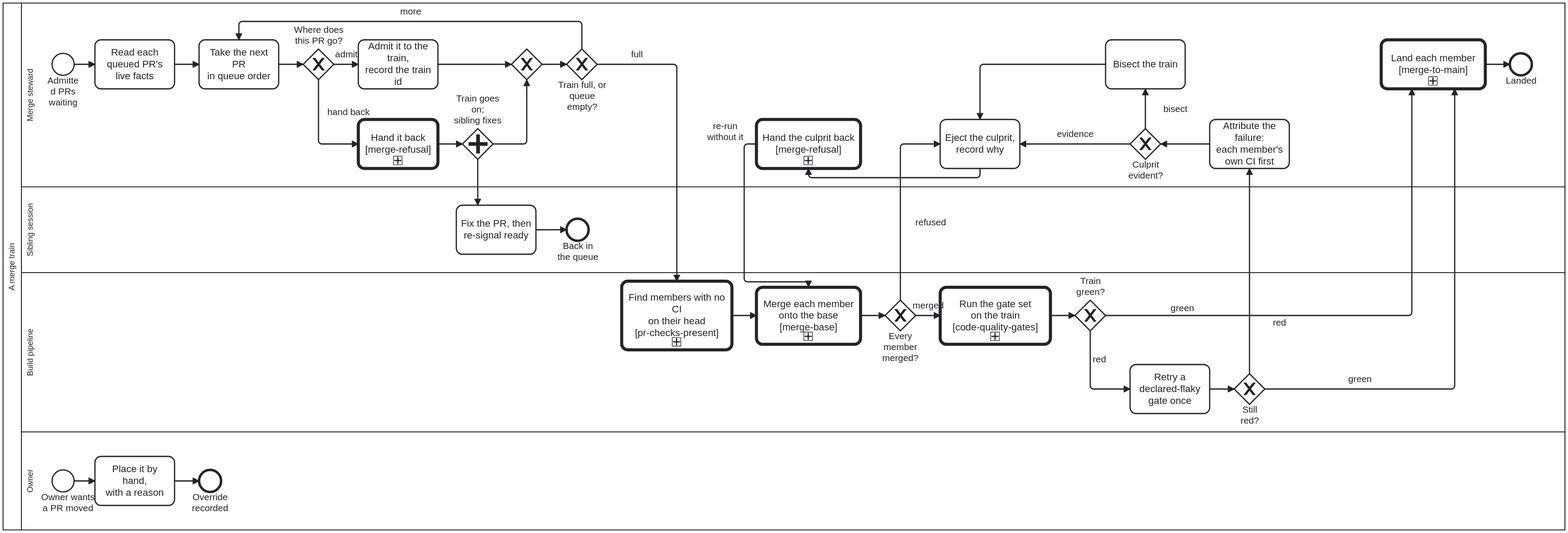
Before: docs/assets/img/workflows/merge-train.svg, a diagram exported from BPMN (litlfred/cat-harness). Its source is kept beside it as processes/sdlc/merge-train.bpmn. Ids are renumbered.
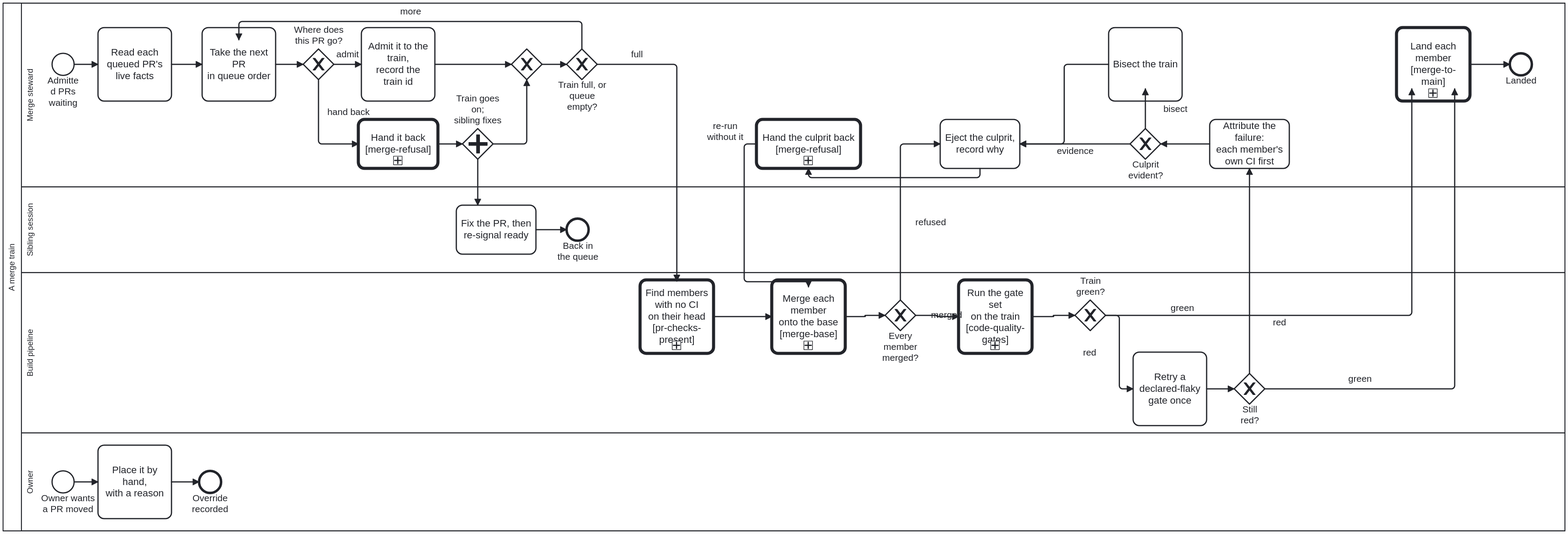
After the commit.

Diff of the diagram source:
```diff
@@ -317,7 +317,7 @@
   <bpmndi:BPMNDiagram id="Diagram_Process_MergeTrain">
     <bpmndi:BPMNPlane id="Plane_Process_MergeTrain" bpmnElement="Collaboration_Process_MergeTrain">
       <bpmndi:BPMNShape id="Shape_Participant" bpmnElement="Participant_Process_MergeTrain" isHorizontal="true">
-        <dc:Bounds x="0" y="0" width="2550" height="860" />
+        <dc:Bounds x="0" y="0" width="2550" height="862" />
       </bpmndi:BPMNShape>
       <bpmndi:BPMNShape id="Shape_Lane_Steward" bpmnElement="Lane_Steward" isHorizontal="true">
         <dc:Bounds x="30" y="0" width="2520" height="300" />
@@ -326,63 +326,83 @@
         <dc:Bounds x="30" y="300" width="2520" height="140" />
       </bpmndi:BPMNShape>
       <bpmndi:BPMNShape id="Shape_Lane_Pipeline" bpmnElement="Lane_Pipeline" isHorizontal="true">
-        <dc:Bounds x="30" y="440" width="2520" height="260" />
+        <dc:Bounds x="30" y="440" width="2520" height="262" />
       </bpmndi:BPMNShape>
       <bpmndi:BPMNShape id="Shape_Lane_Owner" bpmnElement="Lane_Owner" isHorizontal="true">
-        <dc:Bounds x="30" y="700" width="2520" height="160" />
+        <dc:Bounds x="30" y="702" width="2520" height="160" />
       </bpmndi:BPMNShape>
 
       <bpmndi:BPMNShape id="Shape_Start_Train" bpmnElement="Start_Train"><dc:Bounds x="80" y="82" width="36" height="36" /></bpmndi:BPMNShape>
-      <bpmndi:BPMNShape id="Shape_Task_ReadLive" bpmnElement="Task_ReadLive"><dc:Bounds x="150" y="60" width="130" height="80" /></bpmndi:BPMNShape>
-      <bpmndi:BPMNShape id="Shape_Task_TakeNext" bpmnElement="Task_TakeNext"><dc:Bounds x="320" y="60" width="130" height="80" /></bpmndi:BPMNShape>
+      <bpmndi:BPMNShape id="Shape_Task_ReadLive" bpmnElement="Task_ReadLive"><dc:Bounds x="155" y="40" width="120" height="120" /></bpmndi:BPMNShape>
+      <bpmndi:BPMNShape id="Shape_Task_TakeNext" bpmnElement="Task_TakeNext"><dc:Bounds x="325" y="40" width="120" height="120" /></bpmndi:BPMNShape>
       <bpmndi:BPMNShape id="Shape_GW_Placement" bpmnElement="GW_Placement" isMarkerVisible="true"><dc:Bounds x="490" y="75" width="50" height="50" />
 
       <bpmndi:BPMNLabel><dc:Bounds x="470" y="35" width="90" height="36" /></bpmndi:BPMNLabel></bpmndi:BPMNShape>
-      <bpmndi:BPMNShape id="Shape_Task_Admit" bpmnElement="Task_Admit"><dc:Bounds x="580" y="60" width="130" height="80" /></bpmndi:BPMNShape>
+      <bpmndi:BPMNShape id="Shape_Task_Admit" bpmnElement="Task_Admit"><dc:Bounds x="585" y="40" width="120" height="120" /></bpmndi:BPMNShape>
       <bpmndi:BPMNShape id="Shape_Call_HandBack" bpmnElement="Call_HandBack"><dc:Bounds x="580" y="190" width="130" height="80" /></bpmndi:BPMNShape>
       <bpmndi:BPMNShape id="Shape_PG_HandBack" bpmnElement="PG_HandBack"><dc:Bounds x="750" y="205" width="50" height="50" />
 
       <bpmndi:BPMNLabel><dc:Bounds x="730" y="147" width="90" height="54" /></bpmndi:BPMNLabel></bpmndi:BPMNShape>
       <bpmndi:BPMNShape id="Shape_GW_Next" bpmnElement="GW_Next" isMarkerVisible="true"><dc:Bounds x="830" y="75" width="50" height="50" /></bpmndi:BPMNShape>
       <bpmndi:BPMNShape id="Shape_GW_More" bpmnElement="GW_More" isMarkerVisible="true"><dc:Bounds x="920" y="75" width="50" height="50" /></bpmndi:BPMNShape>
-      <bpmndi:BPMNShape id="Shape_Task_Bisect" bpmnElement="Task_Bisect"><dc:Bounds x="1800" y="60" width="130" height="80" /></bpmndi:BPMNShape>
+      <bpmndi:BPMNShape id="Shape_Task_Bisect" bpmnElement="Task_Bisect"><dc:Bounds x="1805" y="40" width="120" height="120" /></bpmndi:BPMNShape>
       <bpmndi:BPMNShape id="Shape_Call_EjectHandBack" bpmnElement="Call_EjectHandBack"><dc:Bounds x="1230" y="190" width="170" height="80" /></bpmndi:BPMNShape>
       <bpmndi:BPMNShape id="Shape_Task_Eject" bpmnElement="Task_Eject"><dc:Bounds x="1530" y="190" width="130" height="80" /></bpmndi:BPMNShape>
       <bpmndi:BPMNShape id="Shape_GW_Culprit" bpmnElement="GW_Culprit" isMarkerVisible="true"><dc:Bounds x="1840" y="205" width="50" height="50" /></bpmndi:BPMNShape>
       <bpmndi:BPMNShape id="Shape_Task_Attribute" bpmnElement="Task_Attribute"><dc:Bounds x="1970" y="190" width="130" height="80" /></bpmndi:BPMNShape>
-      <bpmndi:BPMNShape id="Shape_Call_MergeToMain" bpmnElement="Call_MergeToMain"><dc:Bounds x="2250" y="60" width="170" height="80" /></bpmndi:BPMNShape>
+      <bpmndi:BPMNShape id="Shape_Call_MergeToMain" bpmnElement="Call_MergeToMain"><dc:Bounds x="2275" y="40" width="120" height="120" /></bpmndi:BPMNShape>
       <bpmndi:BPMNShape id="Shape_End_Landed" bpmnElement="End_Landed"><dc:Bounds x="2460" y="82" width="36" height="36" /></bpmndi:BPMNShape>
 
       <bpmndi:BPMNShape id="Shape_Task_SiblingFix" bpmnElement="Task_SiblingFix"><dc:Bounds x="740" y="330" width="130" height="80" /></bpmndi:BPMNShape>
       <bpmndi:BPMNShape id="Shape_End_Requeued" bpmnElement="End_Requeued"><dc:Bounds x="920" y="352" width="36" height="36" /></bpmndi:BPMNShape>
 
-      <bpmndi:BPMNShape id="Shape_Call_ChecksPresent" bpmnElement="Call_ChecksPresent"><dc:Bounds x="1010" y="454" width="180" height="112" /></bpmndi:BPMNShape>
-      <bpmndi:BPMNShape id="Shape_Call_MergeMembers" bpmnElement="Call_MergeMembers"><dc:Bounds x="1230" y="463.5" width="170" height="93" /></bpmndi:BPMNShape>
+      <bpmndi:BPMNShape id="Shape_Call_ChecksPresent" bpmnElement="Call_ChecksPresent"><dc:Bounds x="1040" y="452" width="120" height="120" /></bpmndi:BPMNShape>
+      <bpmndi:BPMNShape id="Shape_Call_MergeMembers" bpmnElement="Call_MergeMembers"><dc:Bounds x="1255" y="452" width="120" height="120" /></bpmndi:BPMNShape>
       <bpmndi:BPMNShape id="Shape_GW_AllMerged" bpmnElement="GW_AllMerged" isMarkerVisible="true"><dc:Bounds x="1440" y="485" width="50" height="50" /></bpmndi:BPMNShape>
-      <bpmndi:BPMNShape id="Shape_Call_Gates" bpmnElement="Call_Gates"><dc:Bounds x="1530" y="463.5" width="180" height="93" /></bpmndi:BPMNShape>
+      <bpmndi:BPMNShape id="Shape_Call_Gates" bpmnElement="Call_Gates"><dc:Bounds x="1560" y="452" width="120" height="120" /></bpmndi:BPMNShape>
       <bpmndi:BPMNShape id="Shape_GW_Green" bpmnElement="GW_Green" isMarkerVisible="true"><dc:Bounds x="1750" y="485" width="50" height="50" />
 
       <bpmndi:BPMNLabel><dc:Bounds x="1730" y="445" width="90" height="36" /></bpmndi:BPMNLabel></bpmndi:BPMNShape>
-      <bpmndi:BPMNShape id="Shape_Task_RetryFlaky" bpmnElement="Task_RetryFlaky"><dc:Bounds x="1840" y="590" width="130" height="80" /></bpmndi:BPMNShape>
+      <bpmndi:BPMNShape id="Shape_Task_RetryFlaky" bpmnElement="Task_RetryFlaky"><dc:Bounds x="1845" y="570" width="120" height="120" /></bpmndi:BPMNShape>
       <bpmndi:BPMNShape id="Shape_GW_StillRed" bpmnElement="GW_StillRed" isMarkerVisible="true"><dc:Bounds x="2010" y="605" width="50" height="50" /></bpmndi:BPMNShape>
 
-      <bpmndi:BPMNShape id="Shape_Start_Override" bpmnElement="Start_Override"><dc:Bounds x="80" y="762" width="36" height="36" />
-        <bpmndi:BPMNLabel><dc:Bounds x="61.01" y="797.5" width="90" height="35" /></bpmndi:BPMNLabel>
-      </bpmndi:BPMNShape>
-      <bpmndi:BPMNShape id="Shape_Task_Override" bpmnElement="Task_Override"><dc:Bounds x="150" y="740" width="130" height="80" /></bpmndi:BPMNShape>
-      <bpmndi:BPMNShape id="Shape_End_OverrideRecorded" bpmnElement="End_OverrideRecorded"><dc:Bounds x="320" y="762" width="36" height="36" /></bpmndi:BPMNShape>
+      <bpmndi:BPMNShape id="Shape_Start_Override" bpmnElement="Start_Override"><dc:Bounds x="80" y="764" width="36" height="36" />
 
-      <bpmndi:BPMNEdge id="Edge_t1" bpmnElement="t1"><di:waypoint x="116" y="100"/><di:waypoint x="150" y="100"/></bpmndi:BPMNEdge>
-      <bpmndi:BPMNEdge id="Edge_t2" bpmnElement="t2"><di:waypoint x="280" y="100"/><di:waypoint x="320" y="100"/></bpmndi:BPMNEdge>
-      <bpmndi:BPMNEdge id="Edge_t3" bpmnElement="t3"><di:waypoint x="450" y="100"/><di:waypoint x="490" y="100"/></bpmndi:BPMNEdge>
-      <bpmndi:BPMNEdge id="Edge_t4" bpmnElement="t4"><di:waypoint x="540" y="100"/><di:waypoint x="580" y="100"/></bpmndi:BPMNEdge>
+      <bpmndi:BPMNLabel><dc:Bounds x="61.01" y="799.5" width="90" height="35" /></bpmndi:BPMNLabel></bpmndi:BPMNShape>
+      <bpmndi:BPMNShape id="Shape_Task_Override" bpmnElement="Task_Override"><dc:Bounds x="155" y="722" width="120" height="120" /></bpmndi:BPMNShape>
+      <bpmndi:BPMNShape id="Shape_End_OverrideRecorded" bpmnElement="End_OverrideRecorded"><dc:Bounds x="320" y="764" width="36" height="36" /></bpmndi:BPMNShape>
+
+      <bpmndi:BPMNEdge id="Edge_t1" bpmnElement="t1">
+        <di:waypoint x="116" y="100" />
+        <di:waypoint x="155" y="100" />
+      </bpmndi:BPMNEdge>
+      <bpmndi:BPMNEdge id="Edge_t2" bpmnElement="t2">
+        <di:waypoint x="275" y="100" />
+        <di:waypoint x="325" y="100" />
+      </bpmndi:BPMNEdge>
+      <bpmndi:BPMNEdge id="Edge_t3" bpmnElement="t3">
+        <di:waypoint x="445" y="100" />
+        <di:waypoint x="490" y="100" />
+      </bpmndi:BPMNEdge>
+      <bpmndi:BPMNEdge id="Edge_t4" bpmnElement="t4">
+        <di:waypoint x="540" y="100" />
+        <di:waypoint x="585" y="100" />
+      </bpmndi:BPMNEdge>
       <bpmndi:BPMNEdge id="Edge_t5" bpmnElement="t5"><di:waypoint x="515" y="125"/><di:waypoint x="515" y="230"/><di:waypoint x="580" y="230"/>
         <bpmndi:BPMNLabel><dc:Bounds x="519" y="169" width="90" height="17" /></bpmndi:BPMNLabel>
       </bpmndi:BPMNEdge>
-      <bpmndi:BPMNEdge id="Edge_t6" bpmnElement="t6"><di:waypoint x="710" y="100"/><di:waypoint x="830" y="100"/></bpmndi:BPMNEdge>
+      <bpmndi:BPMNEdge id="Edge_t6" bpmnElement="t6">
+        <di:waypoint x="705" y="100" />
+        <di:waypoint x="830" y="100" />
+      </bpmndi:BPMNEdge>
       <bpmndi:BPMNEdge id="Edge_t7" bpmnElement="t7"><di:waypoint x="710" y="230"/><di:waypoint x="750" y="230"/></bpmndi:BPMNEdge>
       <bpmndi:BPMNEdge id="Edge_t8" bpmnElement="t8"><di:waypoint x="800" y="230"/><di:waypoint x="855" y="230"/><di:waypoint x="855" y="125"/></bpmndi:BPMNEdge>
-      <bpmndi:BPMNEdge id="Edge_t9" bpmnElement="t9"><di:waypoint x="945" y="75"/><di:waypoint x="945" y="30"/><di:waypoint x="385" y="30"/><di:waypoint x="385" y="60"/></bpmndi:BPMNEdge>
+      <bpmndi:BPMNEdge id="Edge_t9" bpmnElement="t9">
+        <di:waypoint x="945" y="75" />
+        <di:waypoint x="945" y="30" />
+        <di:waypoint x="385" y="30" />
+        <di:waypoint x="385" y="60" />
+      </bpmndi:BPMNEdge>
       <bpmndi:BPMNEdge id="Edge_t10" bpmnElement="t10"><di:waypoint x="880" y="100"/><di:waypoint x="920" y="100"/></bpmndi:BPMNEdge>
       <bpmndi:BPMNEdge id="Edge_t11" bpmnElement="t11">
         <di:waypoint x="970" y="100" />
@@ -390,16 +410,20 @@
         <di:waypoint x="1100" y="454" />
       </bpmndi:BPMNEdge>
       <bpmndi:BPMNEdge id="Edge_t12" bpmnElement="t12">
-        <di:waypoint x="1190" y="510" />
-        <di:waypoint x="1230" y="510" />
+        <di:waypoint x="1160" y="512" />
+        <di:waypoint x="1255" y="512" />
       </bpmndi:BPMNEdge>
       <bpmndi:BPMNEdge id="Edge_t13" bpmnElement="t13">
-        <di:waypoint x="1400" y="510" />
+        <di:waypoint x="1375" y="512" />
+        <di:waypoint x="1407.5" y="512" />
+        <di:waypoint x="1407.5" y="510" />
         <di:waypoint x="1440" y="510" />
       </bpmndi:BPMNEdge>
       <bpmndi:BPMNEdge id="Edge_t14" bpmnElement="t14">
         <di:waypoint x="1490" y="510" />
-        <di:waypoint x="1530" y="510" />
+        <di:waypoint x="1525" y="510" />
+        <di:waypoint x="1525" y="512" />
+        <di:waypoint x="1560" y="512" />
       </bpmndi:BPMNEdge>
       <bpmndi:BPMNEdge id="Edge_t15" bpmnElement="t15">
         <di:waypoint x="1465" y="485" />
@@ -408,7 +432,9 @@
         <bpmndi:BPMNLabel><dc:Bounds x="1469" y="349" width="90" height="17" /></bpmndi:BPMNLabel>
       </bpmndi:BPMNEdge>
       <bpmndi:BPMNEdge id="Edge_t16" bpmnElement="t16">
-        <di:waypoint x="1710" y="510" />
+        <di:waypoint x="1680" y="512" />
+        <di:waypoint x="1715" y="512" />
+        <di:waypoint x="1715" y="510" />
         <di:waypoint x="1750" y="510" />
       </bpmndi:BPMNEdge>
       <bpmndi:BPMNEdge id="Edge_t17" bpmnElement="t17">
@@ -418,12 +444,14 @@
         <bpmndi:BPMNLabel><dc:Bounds x="1880" y="489" width="90" height="18" /></bpmndi:BPMNLabel>
       </bpmndi:BPMNEdge>
       <bpmndi:BPMNEdge id="Edge_t18" bpmnElement="t18">
-        <di:waypoint x="1775" y="535" />
-        <di:waypoint x="1775" y="630" />
-        <di:waypoint x="1840" y="630" />
+        <di:waypoint x="1800" y="510" />
+        <di:waypoint x="1822.5" y="510" />
+        <di:waypoint x="1822.5" y="630" />
+        <di:waypoint x="1845" y="630" />
+        <bpmndi:BPMNLabel><dc:Bounds x="1728.5" y="561.5" width="90" height="17" /></bpmndi:BPMNLabel>
       </bpmndi:BPMNEdge>
       <bpmndi:BPMNEdge id="Edge_t19" bpmnElement="t19">
-        <di:waypoint x="1970" y="630" />
+        <di:waypoint x="1965" y="630" />
         <di:waypoint x="2010" y="630" />
       </bpmndi:BPMNEdge>
       <bpmndi:BPMNEdge id="Edge_t20" bpmnElement="t20"><di:waypoint x="775" y="255"/><di:waypoint x="775" y="330"/></bpmndi:BPMNEdge>
@@ -445,6 +473,7 @@
       <bpmndi:BPMNEdge id="Edge_t25" bpmnElement="t25">
         <di:waypoint x="1840" y="230" />
         <di:waypoint x="1660" y="230" />
+        <bpmndi:BPMNLabel><dc:Bounds x="1705" y="233" width="90" height="17" /></bpmndi:BPMNLabel>
       </bpmndi:BPMNEdge>
       <bpmndi:BPMNEdge id="Edge_t26" bpmnElement="t26">
         <di:waypoint x="1865" y="205" />
@@ -452,12 +481,13 @@
         <bpmndi:BPMNLabel><dc:Bounds x="1869" y="164" width="90" height="17" /></bpmndi:BPMNLabel>
       </bpmndi:BPMNEdge>
       <bpmndi:BPMNEdge id="Edge_t27" bpmnElement="t27">
-        <di:waypoint x="1800" y="100" />
-        <di:waypoint x="1595" y="100" />
-        <di:waypoint x="1595" y="190" />
+        <di:waypoint x="1805" y="100" />
+        <di:waypoint x="1732.5" y="100" />
+        <di:waypoint x="1732.5" y="230" />
+        <di:waypoint x="1660" y="230" />
       </bpmndi:BPMNEdge>
       <bpmndi:BPMNEdge id="Edge_t29" bpmnElement="t29">
-        <di:waypoint x="2420" y="100" />
+        <di:waypoint x="2395" y="100" />
         <di:waypoint x="2460" y="100" />
       </bpmndi:BPMNEdge>
       <bpmndi:BPMNEdge id="Edge_t30" bpmnElement="t30">
@@ -474,8 +504,14 @@
         <di:waypoint x="1315" y="463.5" />
         <bpmndi:BPMNLabel><dc:Bounds x="1134" y="192" width="90" height="35" /></bpmndi:BPMNLabel>
       </bpmndi:BPMNEdge>
-      <bpmndi:BPMNEdge id="Edge_o1" bpmnElement="o1"><di:waypoint x="116" y="780"/><di:waypoint x="150" y="780"/></bpmndi:BPMNEdge>
-      <bpmndi:BPMNEdge id="Edge_o2" bpmnElement="o2"><di:waypoint x="280" y="780"/><di:waypoint x="320" y="780"/></bpmndi:BPMNEdge>
+      <bpmndi:BPMNEdge id="Edge_o1" bpmnElement="o1">
+        <di:waypoint x="116" y="782" />
+        <di:waypoint x="155" y="782" />
+      </bpmndi:BPMNEdge>
+      <bpmndi:BPMNEdge id="Edge_o2" bpmnElement="o2">
+        <di:waypoint x="275" y="782" />
+        <di:waypoint x="320" y="782" />
+      </bpmndi:BPMNEdge>
     </bpmndi:BPMNPlane>
   </bpmndi:BPMNDiagram>
 </bpmn:definitions>
```
